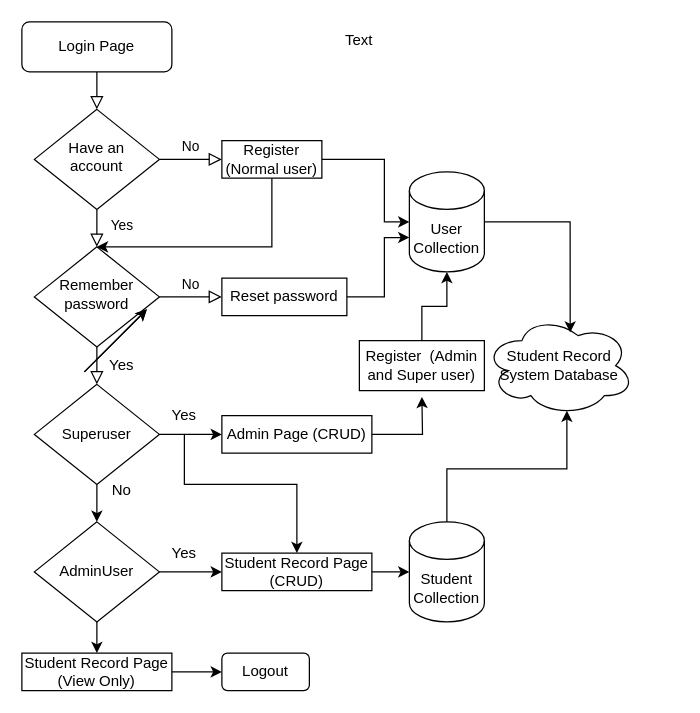
Above: Userguide.drawio in alanmin2015/Django-Mongo-Student_Record_System (draw.io), before the change. Source tidied: cells renumbered, new cells numbered last; positions are measured from the earlier drawing's top-left corner, leaving out a move shared by most shapes. Both pictures are drawn from the tidied source at 125%, with x=0, y=0 at pixel (21, 21).
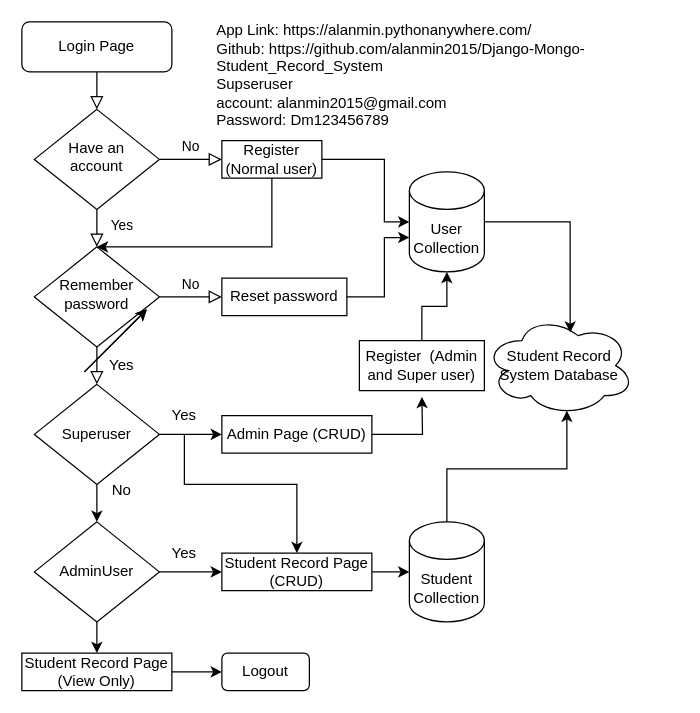
The same page after the edit.

Change to the diagram source:
```diff
@@
-    <mxCell id="42" value="Text" style="text;html=1;align=center;verticalAlign=middle;whiteSpace=wrap;rounded=0;" parent="1" vertex="1">
-      <mxGeometry x="240" width="60" height="30" as="geometry" />
+    <mxCell id="42" value="&lt;div style=&quot;text-align: left;&quot;&gt;&lt;span style=&quot;background-color: initial;&quot;&gt;App Link: https://alanmin.pythonanywhere.com/&lt;br&gt;&lt;/span&gt;&lt;/div&gt;&lt;div style=&quot;text-align: left;&quot;&gt;&lt;span style=&quot;background-color: initial;&quot;&gt;Github:&amp;nbsp;&lt;/span&gt;&lt;span style=&quot;background-color: initial; text-align: center;&quot;&gt;https://github.com/alanmin2015/Django-Mongo-Student_Record_System&lt;/span&gt;&lt;/div&gt;&lt;div style=&quot;text-align: left;&quot;&gt;&lt;span style=&quot;background-color: initial;&quot;&gt;Supseruser&amp;nbsp;&lt;/span&gt;&lt;/div&gt;&lt;div&gt;&lt;div style=&quot;text-align: left;&quot;&gt;&lt;span style=&quot;background-color: initial;&quot;&gt;account: alanmin2015@gmail.com&lt;/span&gt;&lt;/div&gt;&lt;/div&gt;&lt;div style=&quot;text-align: left;&quot;&gt;Password: Dm123456789&lt;/div&gt;&lt;div style=&quot;text-align: left;&quot;&gt;&lt;br&gt;&lt;/div&gt;" style="text;html=1;align=center;verticalAlign=middle;whiteSpace=wrap;rounded=0;" parent="1" vertex="1">
+      <mxGeometry x="155" y="10" width="370" height="80" as="geometry" />
     </mxCell>
```
